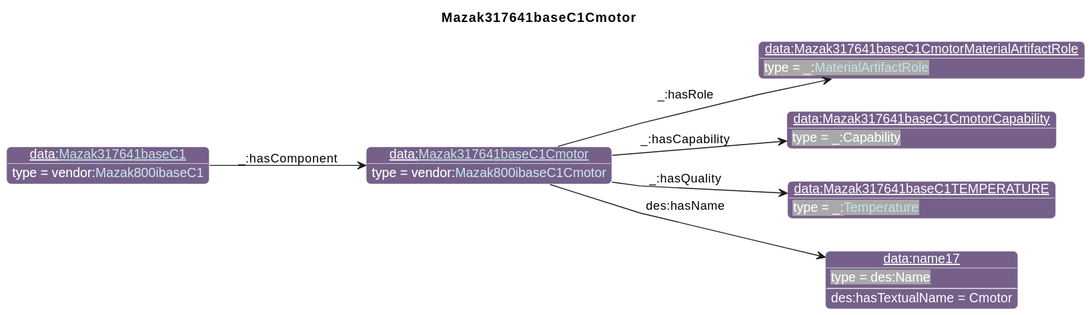
Above: diagrams/Mazak317641baseC1Cmotor.svg in iofoundry/example-syseng-mtconnect (PlantUML), before the change.
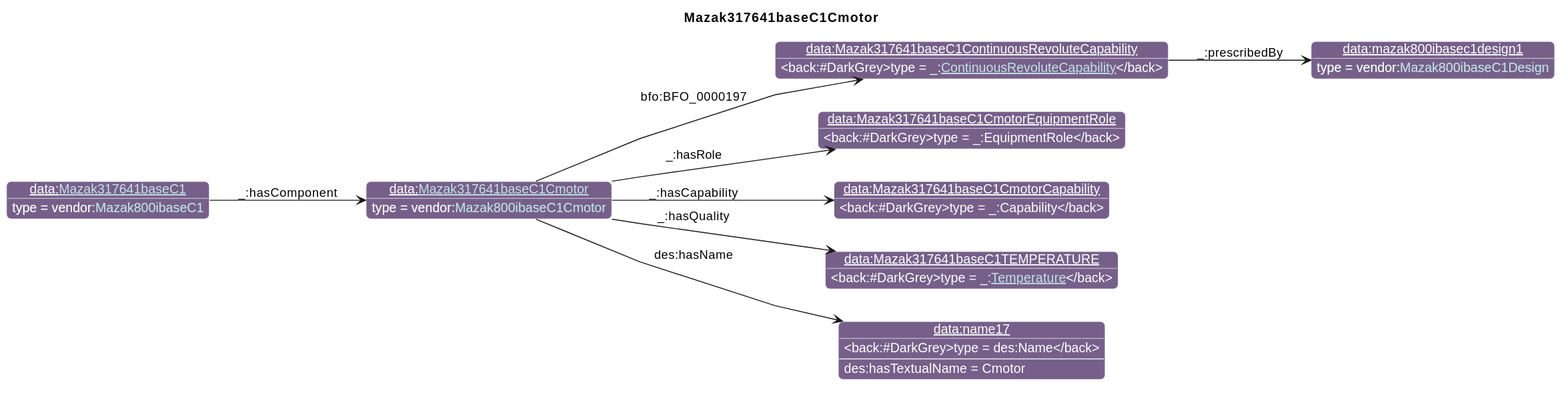
The same file after the commit.

Diff of the diagram source:
```diff
@@ -26,15 +26,19 @@
                       "qp":"641B2E"
       }
 individual(o0, data:[[./Mazak317641baseC1Cmotor.html Mazak317641baseC1Cmotor]], vendor:[[../Mazak.html#Mazak800ibaseC1Cmotor Mazak800ibaseC1Cmotor]])
-individual(o1, data:Mazak317641baseC1CmotorMaterialArtifactRole, _:[[../MTConnect.html#MaterialArtifactRole MaterialArtifactRole]])
-individual(o2, data:Mazak317641baseC1CmotorCapability, _:Capability)
-individual(o3, data:Mazak317641baseC1TEMPERATURE, _:[[../MTConnect.html#Temperature Temperature]])
-individual(o4, data:name17, des:Name)
-individual(o5, data:[[./Mazak317641baseC1.html Mazak317641baseC1]], vendor:[[../Mazak.html#Mazak800ibaseC1 Mazak800ibaseC1]])
-property(o0, "_:hasRole", o1)
-property(o0, "_:hasCapability", o2)
-property(o0, "_:hasQuality", o3)
-property(o0, "des:hasName", o4)
-data(o4, "des:hasTextualName", "Cmotor")
-property(o5, "_:hasComponent", o0)
+individual(o1, data:Mazak317641baseC1ContinuousRevoluteCapability, _:[[../MTConnect.html#ContinuousRevoluteCapability ContinuousRevoluteCapability]])
+individual(o2, data:mazak800ibasec1design1, vendor:[[../Mazak.html#Mazak800ibaseC1Design Mazak800ibaseC1Design]])
+individual(o3, data:Mazak317641baseC1CmotorEquipmentRole, _:EquipmentRole)
+individual(o4, data:Mazak317641baseC1CmotorCapability, _:Capability)
+individual(o5, data:Mazak317641baseC1TEMPERATURE, _:[[../MTConnect.html#Temperature Temperature]])
+individual(o6, data:name17, des:Name)
+individual(o7, data:[[./Mazak317641baseC1.html Mazak317641baseC1]], vendor:[[../Mazak.html#Mazak800ibaseC1 Mazak800ibaseC1]])
+property(o0, "bfo:BFO_0000197", o1)
+property(o1, "_:prescribedBy", o2)
+property(o0, "_:hasRole", o3)
+property(o0, "_:hasCapability", o4)
+property(o0, "_:hasQuality", o5)
+property(o0, "des:hasName", o6)
+data(o6, "des:hasTextualName", "Cmotor")
+property(o7, "_:hasComponent", o0)
 @enduml
```
